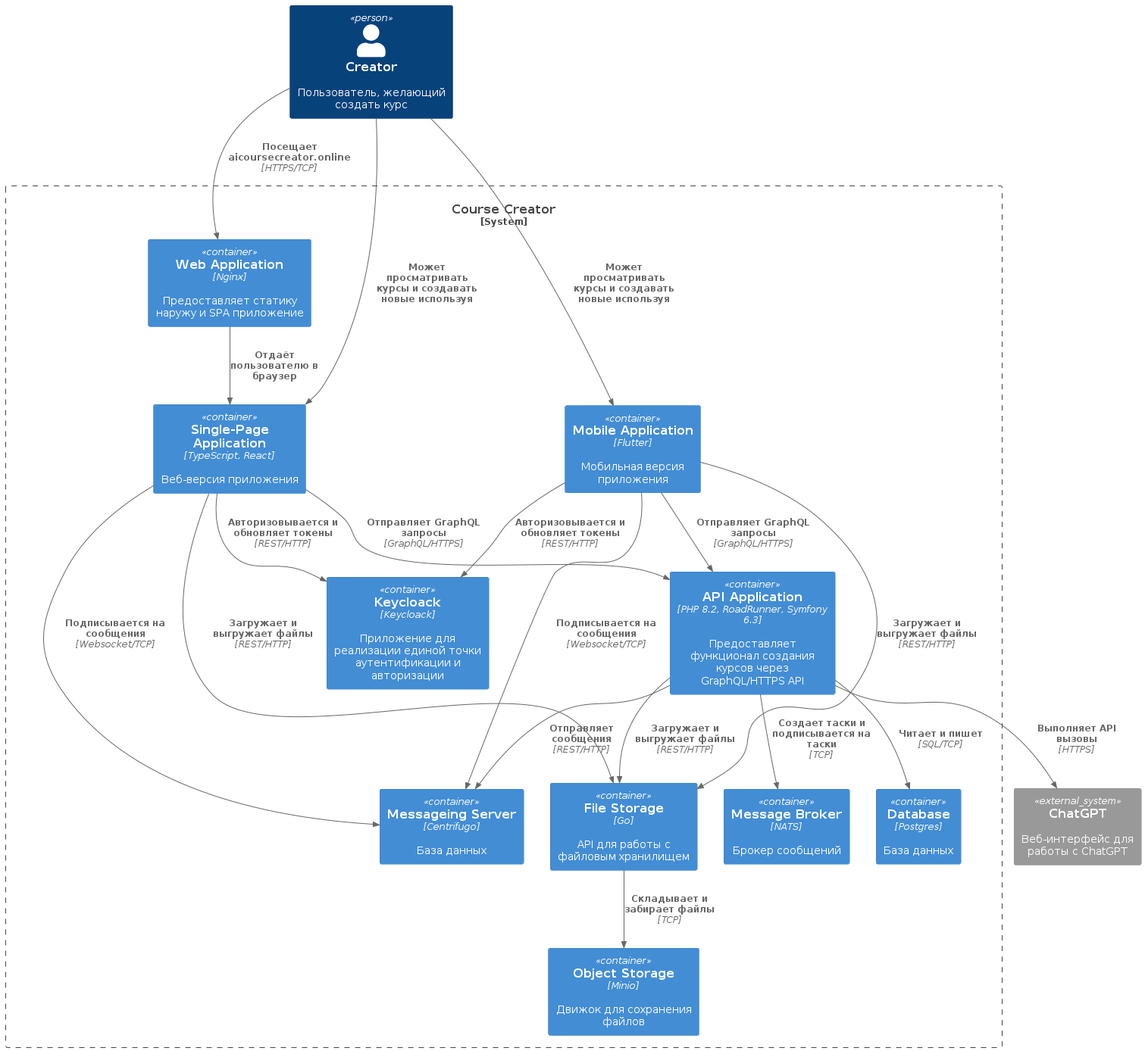
Before: 2. Технический проект/C4-Диаграммы/C4_container.png, a diagram exported from PlantUML (Monkey-Business-Edu/docs-obsidian).
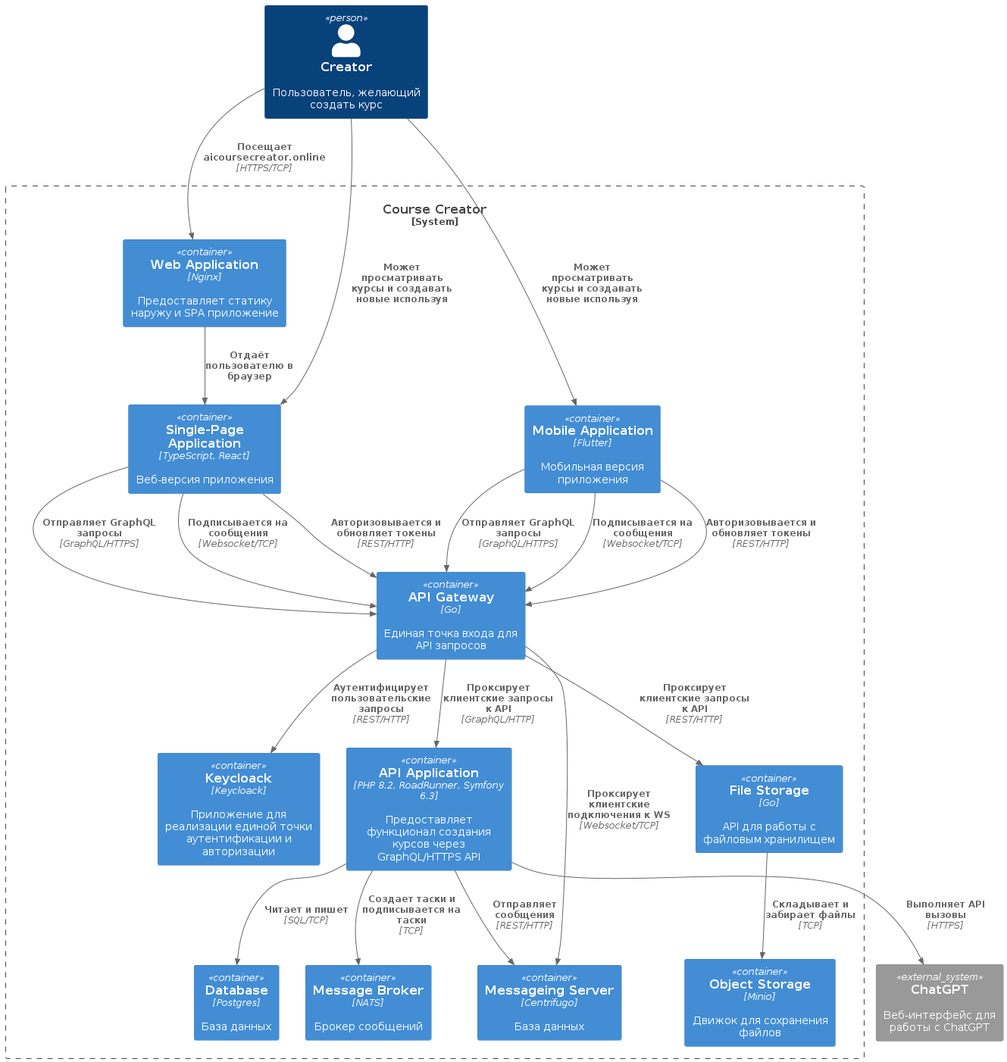
After the commit.

Commit message:
Обновил диаграмму контейнеров

What changed in the source:
```diff
@@ -5,6 +5,7 @@
 
 System_Boundary(system_course_creator, "Course Creator") {
     Container(tool_course_creator_nginx, "Web Application", "Nginx", "Предоставляет статику наружу и SPA приложение")
+    Container(tool_course_creator_api_gateway, "API Gateway", "Go", "Единая точка входа для API запросов")
     Container(tool_course_creator_keycloack, "Keycloack", "Keycloack", "Приложение для реализации единой точки аутентификации и авторизации")
     Container(app_course_creator_frontend, "Single-Page Application", "TypeScript, React", "Веб-версия приложения")
     Container(tool_course_creator_centrifugo, "Messageing Server", "Centrifugo", "База данных")
@@ -16,18 +17,26 @@
     Container(tool_course_creator_minio, "Object Storage", "Minio", "Движок для сохранения файлов")
 }
 Rel(tool_course_creator_nginx, app_course_creator_frontend, "Отдаёт пользователю в браузер")
-Rel(app_course_creator_frontend, app_course_creator_backend, "Отправляет GraphQL запросы", "GraphQL/HTTPS")
-Rel(app_course_creator_mobile, app_course_creator_backend, "Отправляет GraphQL запросы", "GraphQL/HTTPS")
-Rel(app_course_creator_frontend, tool_course_creator_centrifugo, "Подписывается на сообщения", "Websocket/TCP")
-Rel(app_course_creator_mobile, tool_course_creator_centrifugo, "Подписывается на сообщения", "Websocket/TCP")
+
+Rel(app_course_creator_frontend, tool_course_creator_api_gateway, "Отправляет GraphQL запросы", "GraphQL/HTTPS")
+Rel(app_course_creator_mobile, tool_course_creator_api_gateway, "Отправляет GraphQL запросы", "GraphQL/HTTPS")
+
+Rel(app_course_creator_frontend, tool_course_creator_api_gateway, "Подписывается на сообщения", "Websocket/TCP")
+Rel(app_course_creator_mobile, tool_course_creator_api_gateway, "Подписывается на сообщения", "Websocket/TCP")
+
+Rel(app_course_creator_frontend, tool_course_creator_api_gateway, "Авторизовывается и обновляет токены", "REST/HTTP")
+Rel(app_course_creator_mobile, tool_course_creator_api_gateway, "Авторизовывается и обновляет токены", "REST/HTTP")
+
+Rel(tool_course_creator_api_gateway, app_course_creator_backend, "Проксирует клиентские запросы к API", "GraphQL/HTTP")
+Rel(tool_course_creator_api_gateway, tool_course_creator_centrifugo, "Проксирует клиентские подключения к WS", "Websocket/TCP")
+
+Rel(tool_course_creator_api_gateway, app_course_creator_filestorage, "Проксирует клиентские запросы к API", "REST/HTTP")
+Rel(tool_course_creator_api_gateway, tool_course_creator_keycloack, "Аутентифицирует пользовательские запросы", "REST/HTTP")
+
 Rel(app_course_creator_backend, tool_course_creator_centrifugo, "Отправляет сообщения", "REST/HTTP")
 Rel(app_course_creator_backend, tool_course_creator_postgres, "Читает и пишет", "SQL/TCP")
 Rel(app_course_creator_backend, tool_course_creator_nats, "Создает таски и подписывается на таски", "TCP")
-Rel(app_course_creator_backend, app_course_creator_filestorage, "Загружает и выгружает файлы", "REST/HTTP")
-Rel(app_course_creator_frontend, app_course_creator_filestorage, "Загружает и выгружает файлы", "REST/HTTP")
-Rel(app_course_creator_mobile, app_course_creator_filestorage, "Загружает и выгружает файлы", "REST/HTTP")
-Rel(app_course_creator_frontend, tool_course_creator_keycloack, "Авторизовывается и обновляет токены", "REST/HTTP")
-Rel(app_course_creator_mobile, tool_course_creator_keycloack, "Авторизовывается и обновляет токены", "REST/HTTP")
+
 Rel(app_course_creator_filestorage, tool_course_creator_minio, "Складывает и забирает файлы", "TCP")
 
 System_Ext(system_chat_gpt, "ChatGPT", "Веб-интерфейс для работы с ChatGPT")
```
